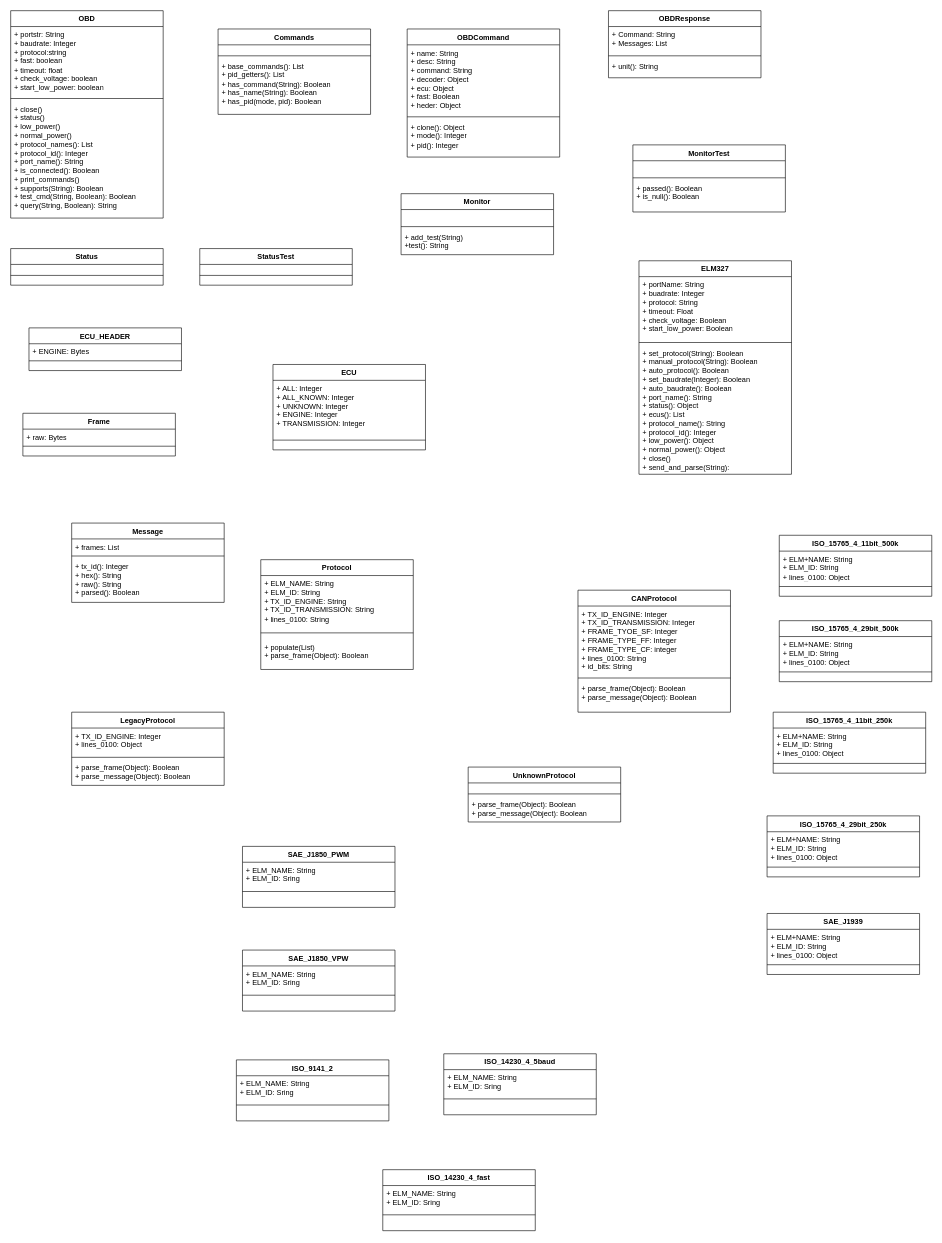
This is docs/python-OBD.drawio from ironiot/bcit-issp, a draw.io file, before an edit. Source tidied: cells renumbered, new cells numbered last; positions are measured from the earlier drawing's top-left corner, leaving out a move shared by most shapes. Both pictures are drawn from the tidied source at 61%, with x=0, y=0 at pixel (10, 10).
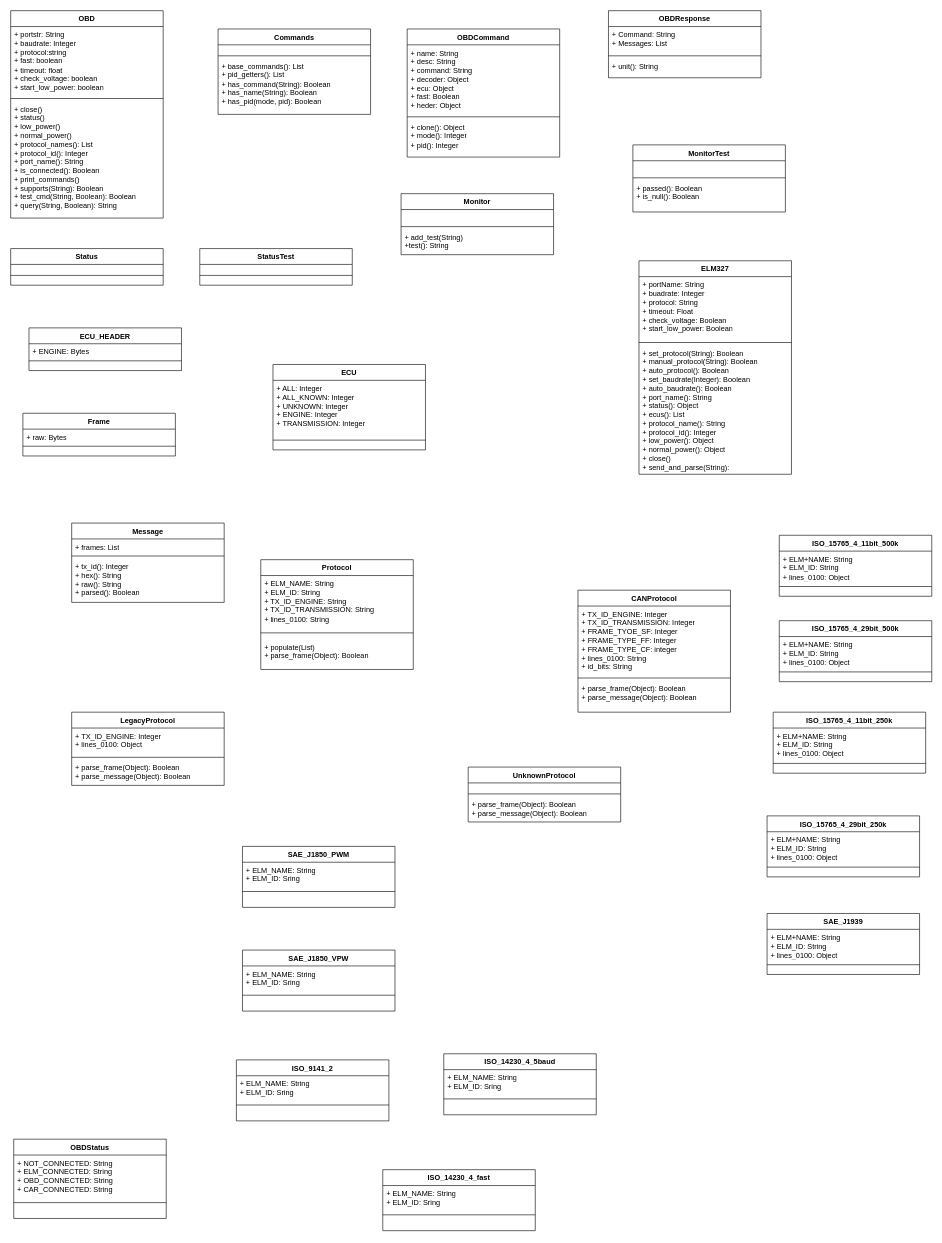
The same page after the edit.

Commit message (it also covers changes not shown here):
added a UML class diagram for OBDStatus class

Diff of the diagram source:
```diff
@@
+    <mxCell id="110" value="OBDStatus" style="swimlane;fontStyle=1;align=center;verticalAlign=top;horizontal=1;startSize=26;whiteSpace=wrap;html=1;" parent="1" vertex="1">
+      <mxGeometry x="5" y="1850" width="250" height="130" as="geometry" />
+    </mxCell>
+    <mxCell id="111" value="&lt;div&gt;+ NOT_CONNECTED: String&lt;/div&gt;&lt;div&gt;+ ELM_CONNECTED: String&lt;/div&gt;&lt;div&gt;+ OBD_CONNECTED: String&lt;/div&gt;&lt;div&gt;+ CAR_CONNECTED: String&lt;/div&gt;" style="text;strokeColor=none;fillColor=none;align=left;verticalAlign=top;spacingLeft=4;spacingRight=4;overflow=hidden;whiteSpace=wrap;html=1;" parent="110" vertex="1">
+      <mxGeometry y="26" width="250" height="74" as="geometry" />
+    </mxCell>
+    <mxCell id="112" style="line;strokeWidth=1;fillColor=none;align=left;verticalAlign=middle;spacingTop=-1;spacingLeft=3;spacingRight=3;labelPosition=right;strokeColor=inherit;" parent="110" vertex="1">
+      <mxGeometry y="100" width="250" height="8" as="geometry" />
+    </mxCell>
+    <mxCell id="113" value="&lt;div&gt;&lt;br&gt;&lt;/div&gt;" style="text;strokeColor=none;fillColor=none;align=left;verticalAlign=top;spacingLeft=4;spacingRight=4;overflow=hidden;whiteSpace=wrap;html=1;" parent="110" vertex="1">
+      <mxGeometry y="108" width="250" height="22" as="geometry" />
+    </mxCell>
```
